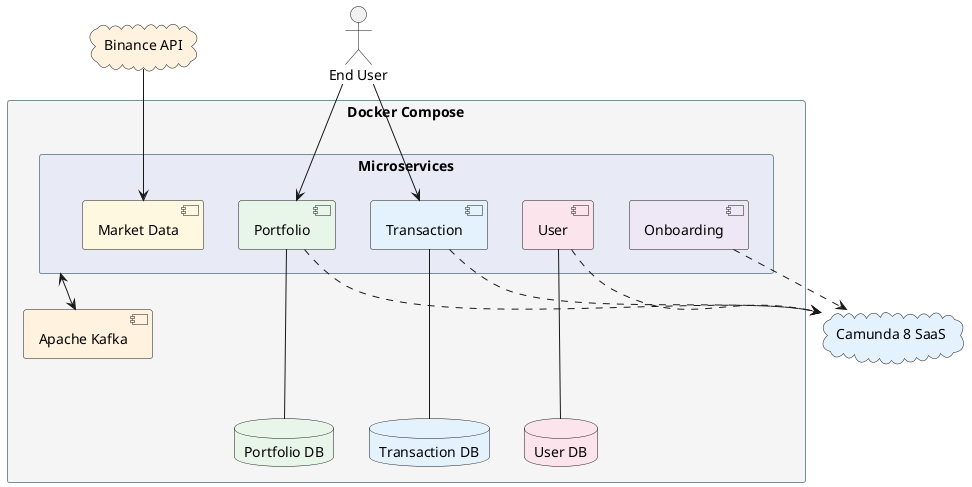
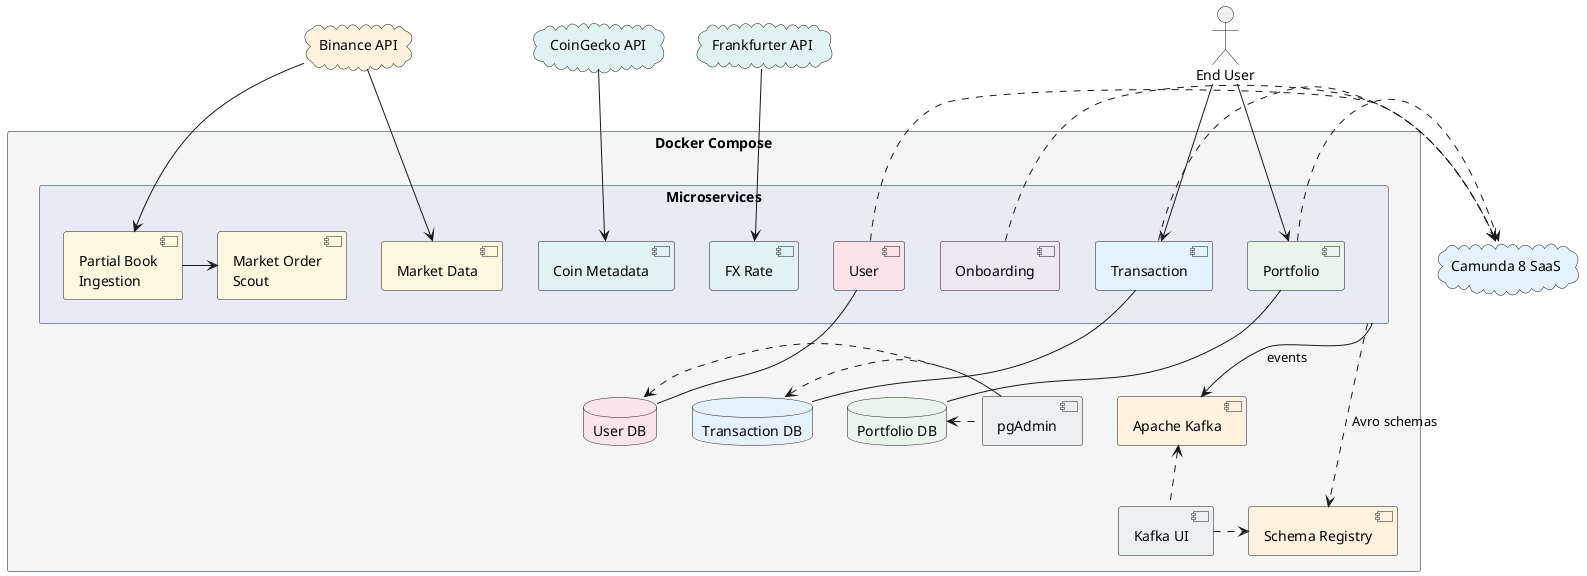
@startuml deployment-overview
skinparam backgroundColor transparent
skinparam shadowing false
skinparam defaultFontName "Segoe UI"
skinparam rectangleBorderColor #78909C
skinparam rectangleBackgroundColor #FAFAFA

rectangle "Docker Compose" as docker #F5F5F5 {
    rectangle "Microservices" as services #E8EAF6 {
        component "Market Data" as MDS #FFF8E1
+         component "Partial Book\nIngestion" as MPB #FFF8E1
+         component "Market Order\nScout" as MOS #FFF8E1
+         component "Coin Metadata" as CMS #E0F2F1
+         component "FX Rate" as FXS #E0F2F1
        component "Portfolio" as PS #E8F5E9
        component "Transaction" as TS #E3F2FD
        component "User" as US #FCE4EC
        component "Onboarding" as OS #EDE7F6
    }

    component "Apache Kafka" as Kafka #FFF3E0
+     component "Schema Registry" as SR #FFF3E0
+     component "Kafka UI" as KUI #ECEFF1
+     database "Portfolio DB" as PDB #E8F5E9
    database "Transaction DB" as TDB #E3F2FD
    database "User DB" as UDB #FCE4EC
-     database "Portfolio DB" as PDB #E8F5E9
+     component "pgAdmin" as PGA #ECEFF1
}

cloud "Binance API" as Binance #FFF3E0
+ cloud "CoinGecko API" as CoinGecko #E0F2F1
+ cloud "Frankfurter API" as Frankfurter #E0F2F1
cloud "Camunda 8 SaaS" as Camunda #E3F2FD
actor "End User" as User

Binance --> MDS
- User --> PS
- User --> TS
+ Binance --> MPB
+ CoinGecko --> CMS
+ Frankfurter --> FXS
+ User -down-> PS
+ User -down-> TS

- services <--> Kafka
- PS --- PDB
- TS --- TDB
- US --- UDB
+ services -down-> Kafka : events
+ services .down.> SR : Avro schemas
+ PS -down- PDB
+ TS -down- TDB
+ US -down- UDB
+ KUI .up.> Kafka
+ KUI .right.> SR
+ PGA .left.> PDB
+ PGA .left.> TDB
+ PGA .left.> UDB

- PS ..> Camunda
- TS ..> Camunda
- US ..> Camunda
- OS ..> Camunda
+ MPB -right-> MOS
+ OS -right.> Camunda
+ US -right.> Camunda
+ TS -right.> Camunda
+ PS -right.> Camunda

@enduml
